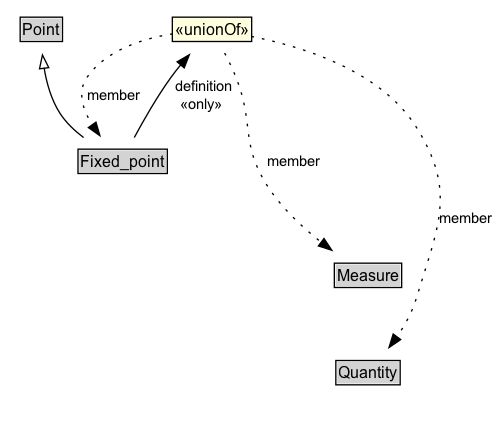
Before: docs/diagrams/Fixed_point.dot.png, a diagram exported from Graphviz (ISO-TC204/ontology-i72-v1). Its source is kept beside it as docs/diagrams/Fixed_point.dot. Source of this version:
```dot
digraph {
	graph [overlap=false rankdir=TB splines=true]
	node [fontname=Arial fontsize=12 margin=0 shape=none]
	edge [fontname=Arial fontsize=11]
	{
		rank=max
		Fixed_point [label=<<TABLE BORDER="1" CELLBORDER="0" CELLSPACING="0" CELLPADDING="1"><TR><TD BGCOLOR="lightgray" ALIGN="CENTER" PORT="e">Fixed_point</TD></TR></TABLE>> URL="../Fixed_point.md" margin=0]
	}
	subgraph cluster_associated {
		label="" style=invis
		Invis [label=<<TABLE BORDER="0" CELLBORDER="0" CELLSPACING="0" CELLPADDING="1"><TR><TD></TD></TR></TABLE>> margin=0 style=invis]
		Measure [label=<<TABLE BORDER="1" CELLBORDER="0" CELLSPACING="0" CELLPADDING="1"><TR><TD BGCOLOR="lightgray" ALIGN="CENTER">Measure</TD></TR></TABLE>> URL="../Measure.md" margin=0]
		Quantity [label=<<TABLE BORDER="1" CELLBORDER="0" CELLSPACING="0" CELLPADDING="1"><TR><TD BGCOLOR="lightgray" ALIGN="CENTER">Quantity</TD></TR></TABLE>> URL="../Quantity.md" margin=0]
	}
	Point [label=<<TABLE BORDER="1" CELLBORDER="0" CELLSPACING="0" CELLPADDING="1"><TR><TD BGCOLOR="lightgray" ALIGN="CENTER">Point</TD></TR></TABLE>> URL="../Point.md" margin=0]
	Fixed_point -> Point [arrowhead=onormal style=solid]
	Fixed_point -> Invis [style=invis]
	Invis -> Measure [style=invis]
	Measure -> Quantity [style=invis]
	N70edf8ac19434678a0be742751e71d73 [label=<<TABLE BORDER="1" CELLBORDER="0" CELLSPACING="0" CELLPADDING="1" BGCOLOR="lightyellow"><TR><TD ALIGN="CENTER">«unionOf»</TD></TR></TABLE>> margin=0]
	Fixed_point [label=<<TABLE BORDER="1" CELLBORDER="0" CELLSPACING="0" CELLPADDING="1"><TR><TD BGCOLOR="lightgray" ALIGN="CENTER">Fixed_point</TD></TR></TABLE>> URL="../Fixed_point.md" margin=0]
	N70edf8ac19434678a0be742751e71d73 -> Fixed_point [label=member arrowhead=normal style=dotted]
	N70edf8ac19434678a0be742751e71d73 -> Measure [label=member arrowhead=normal style=dotted]
	N70edf8ac19434678a0be742751e71d73 -> Quantity [label=member arrowhead=normal style=dotted]
	Fixed_point -> N70edf8ac19434678a0be742751e71d73 [label=" definition
 «only»  " arrowhead=normal style=solid]
}
```
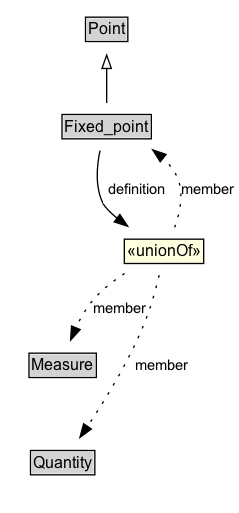
After the commit.

Change to the diagram source:
```diff
@@ -3,25 +3,29 @@
 	node [fontname=Arial fontsize=12 margin=0 shape=none]
 	edge [fontname=Arial fontsize=11]
 	{
+		rank=source
+		Point [label=<<TABLE BORDER="1" CELLBORDER="0" CELLSPACING="0" CELLPADDING="1"><TR><TD BGCOLOR="lightgray" ALIGN="CENTER">Point</TD></TR></TABLE>> URL="../Point" margin=0]
+	}
+	Fixed_point [label=<<TABLE BORDER="1" CELLBORDER="0" CELLSPACING="0" CELLPADDING="1"><TR><TD BGCOLOR="lightgray" ALIGN="CENTER">Fixed_point</TD></TR></TABLE>> URL="../Fixed_point" margin=0]
+	{
 		rank=max
-		Fixed_point [label=<<TABLE BORDER="1" CELLBORDER="0" CELLSPACING="0" CELLPADDING="1"><TR><TD BGCOLOR="lightgray" ALIGN="CENTER" PORT="e">Fixed_point</TD></TR></TABLE>> URL="../Fixed_point.md" margin=0]
 	}
 	subgraph cluster_associated {
 		label="" style=invis
 		Invis [label=<<TABLE BORDER="0" CELLBORDER="0" CELLSPACING="0" CELLPADDING="1"><TR><TD></TD></TR></TABLE>> margin=0 style=invis]
-		Measure [label=<<TABLE BORDER="1" CELLBORDER="0" CELLSPACING="0" CELLPADDING="1"><TR><TD BGCOLOR="lightgray" ALIGN="CENTER">Measure</TD></TR></TABLE>> URL="../Measure.md" margin=0]
-		Quantity [label=<<TABLE BORDER="1" CELLBORDER="0" CELLSPACING="0" CELLPADDING="1"><TR><TD BGCOLOR="lightgray" ALIGN="CENTER">Quantity</TD></TR></TABLE>> URL="../Quantity.md" margin=0]
+		Measure [label=<<TABLE BORDER="1" CELLBORDER="0" CELLSPACING="0" CELLPADDING="1"><TR><TD BGCOLOR="lightgray" ALIGN="CENTER">Measure</TD></TR></TABLE>> URL="../Measure" margin=0]
+		Quantity [label=<<TABLE BORDER="1" CELLBORDER="0" CELLSPACING="0" CELLPADDING="1"><TR><TD BGCOLOR="lightgray" ALIGN="CENTER">Quantity</TD></TR></TABLE>> URL="../Quantity" margin=0]
 	}
-	Point [label=<<TABLE BORDER="1" CELLBORDER="0" CELLSPACING="0" CELLPADDING="1"><TR><TD BGCOLOR="lightgray" ALIGN="CENTER">Point</TD></TR></TABLE>> URL="../Point.md" margin=0]
 	Fixed_point -> Point [arrowhead=onormal style=solid]
 	Fixed_point -> Invis [style=invis]
 	Invis -> Measure [style=invis]
 	Measure -> Quantity [style=invis]
-	N70edf8ac19434678a0be742751e71d73 [label=<<TABLE BORDER="1" CELLBORDER="0" CELLSPACING="0" CELLPADDING="1" BGCOLOR="lightyellow"><TR><TD ALIGN="CENTER">«unionOf»</TD></TR></TABLE>> margin=0]
-	Fixed_point [label=<<TABLE BORDER="1" CELLBORDER="0" CELLSPACING="0" CELLPADDING="1"><TR><TD BGCOLOR="lightgray" ALIGN="CENTER">Fixed_point</TD></TR></TABLE>> URL="../Fixed_point.md" margin=0]
-	N70edf8ac19434678a0be742751e71d73 -> Fixed_point [label=member arrowhead=normal style=dotted]
-	N70edf8ac19434678a0be742751e71d73 -> Measure [label=member arrowhead=normal style=dotted]
-	N70edf8ac19434678a0be742751e71d73 -> Quantity [label=member arrowhead=normal style=dotted]
-	Fixed_point -> N70edf8ac19434678a0be742751e71d73 [label=" definition
- «only»  " arrowhead=normal style=solid]
+	n49e7333729f74c3eb91b9b7c78626a1eb10 [label=<<TABLE BORDER="1" CELLBORDER="0" CELLSPACING="0" CELLPADDING="1" BGCOLOR="lightyellow"><TR><TD ALIGN="CENTER">«unionOf»</TD></TR></TABLE>> margin=0]
+	Fixed_point [label=<<TABLE BORDER="1" CELLBORDER="0" CELLSPACING="0" CELLPADDING="1"><TR><TD BGCOLOR="lightgray" ALIGN="CENTER">Fixed_point</TD></TR></TABLE>> URL="../Fixed_point" margin=0]
+	n49e7333729f74c3eb91b9b7c78626a1eb10 -> Fixed_point [label=member arrowhead=normal style=dotted]
+	Measure [label=<<TABLE BORDER="1" CELLBORDER="0" CELLSPACING="0" CELLPADDING="1"><TR><TD BGCOLOR="lightgray" ALIGN="CENTER">Measure</TD></TR></TABLE>> URL="../Measure" margin=0]
+	n49e7333729f74c3eb91b9b7c78626a1eb10 -> Measure [label=member arrowhead=normal style=dotted]
+	Quantity [label=<<TABLE BORDER="1" CELLBORDER="0" CELLSPACING="0" CELLPADDING="1"><TR><TD BGCOLOR="lightgray" ALIGN="CENTER">Quantity</TD></TR></TABLE>> URL="../Quantity" margin=0]
+	n49e7333729f74c3eb91b9b7c78626a1eb10 -> Quantity [label=member arrowhead=normal style=dotted]
+	Fixed_point -> n49e7333729f74c3eb91b9b7c78626a1eb10 [label=<<TABLE BORDER="0" CELLBORDER="0" CELLSPACING="0" CELLPADDING="4" BGCOLOR="white"><TR><TD ALIGN="CENTER">definition</TD></TR></TABLE>> arrowhead=normal style=solid]
 }
```
